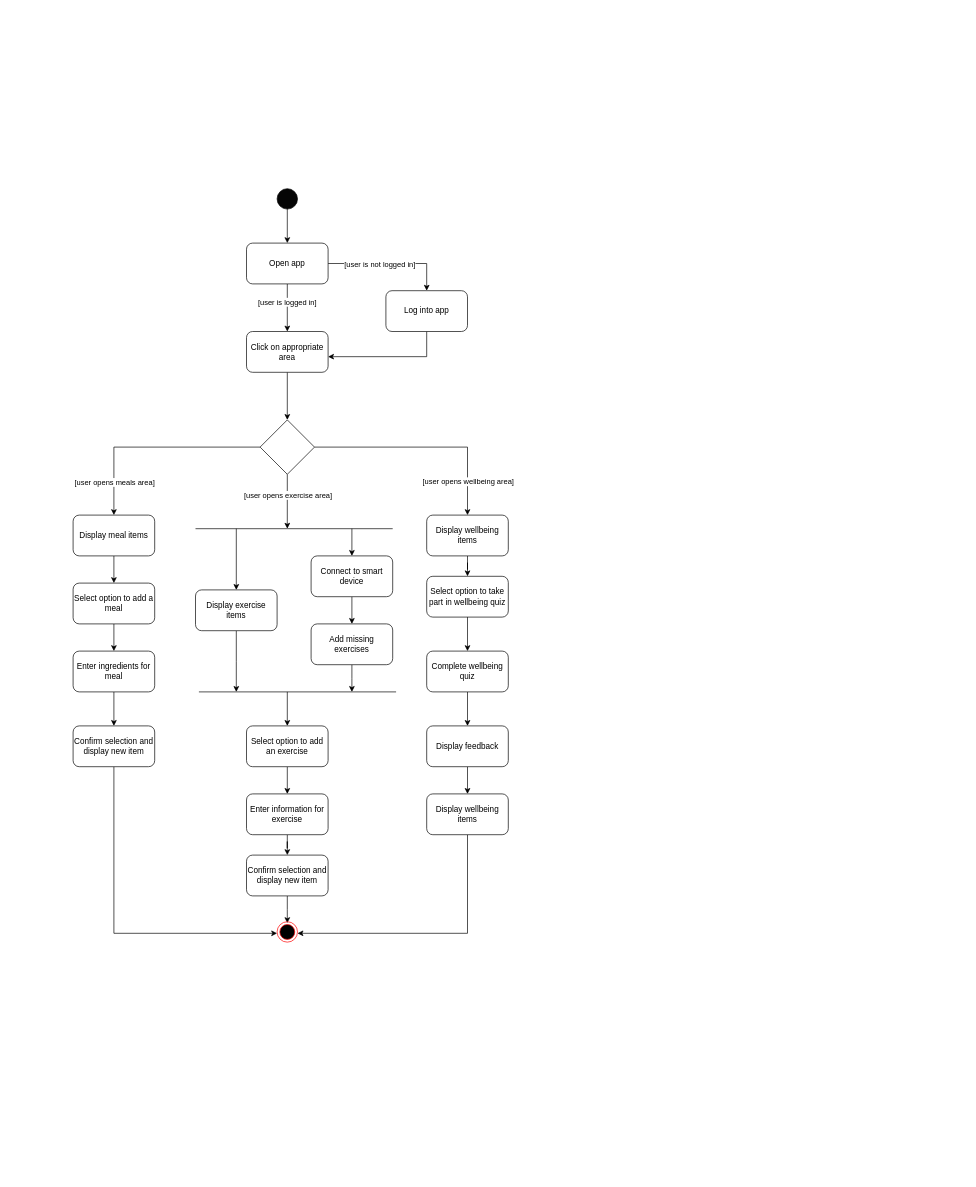
This is ActivityDiagram_ViewActivities.drawio from ahammond3aws/DC2SEN, a draw.io file, before an edit. Source tidied: cells renumbered, new cells numbered last; positions are measured from the earlier drawing's top-left corner, leaving out a move shared by most shapes. Both pictures are drawn from the tidied source at 68%, with x=0, y=0 at pixel (73, 188).
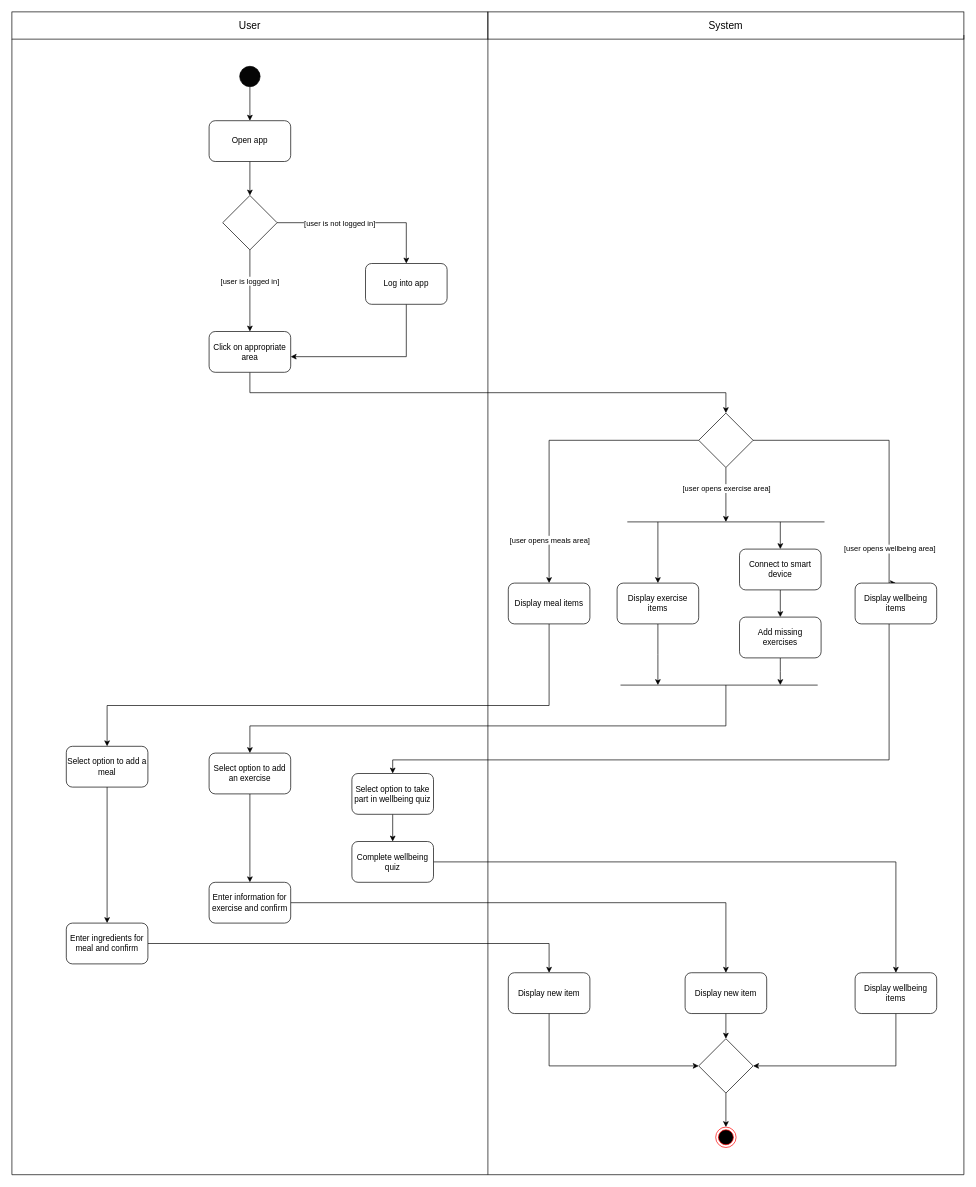
Above is the later version.

Change to the diagram source:
```diff
@@
     <mxCell id="3" style="ellipse;whiteSpace=wrap;html=1;direction=east;fillColor=#050505;" parent="1" vertex="1">
-      <mxGeometry x="300" width="30" height="30" as="geometry" />
+      <mxGeometry x="245" y="-180" width="30" height="30" as="geometry" />
     </mxCell>
-    <mxCell id="4" style="edgeStyle=orthogonalEdgeStyle;rounded=0;jettySize=auto;html=1;" parent="1" edge="1" source="8" target="14">
+    <mxCell id="4" style="edgeStyle=orthogonalEdgeStyle;rounded=0;jettySize=auto;html=1;exitX=0.5;exitY=1;exitDx=0;exitDy=0;" parent="1" edge="1" source="60" target="14">
       <mxGeometry relative="1" as="geometry" />
     </mxCell>
@@
-    <mxCell id="6" style="edgeStyle=orthogonalEdgeStyle;rounded=0;jettySize=auto;html=1;entryX=0.5;entryY=0;entryDx=0;entryDy=0;" parent="1" edge="1" source="8" target="54">
+    <mxCell id="6" style="edgeStyle=orthogonalEdgeStyle;rounded=0;jettySize=auto;html=1;entryX=0.5;entryY=0;entryDx=0;entryDy=0;exitX=1;exitY=0.5;exitDx=0;exitDy=0;" parent="1" edge="1" source="60" target="54">
       <mxGeometry relative="1" as="geometry" />
     </mxCell>
@@
+    <mxCell id="56" style="edgeStyle=orthogonalEdgeStyle;rounded=0;jettySize=auto;html=1;exitX=0.5;exitY=1;exitDx=0;exitDy=0;entryX=0.5;entryY=0;entryDx=0;entryDy=0;" parent="1" edge="1" source="8" target="60">
+      <mxGeometry relative="1" as="geometry" />
+    </mxCell>
     <mxCell id="8" value="Open app" style="rounded=1;whiteSpace=wrap;html=1;fillColor=#FFFFFF;" parent="1" vertex="1">
-      <mxGeometry x="255" y="80" width="120" height="60" as="geometry" />
+      <mxGeometry x="200" y="-100" width="120" height="60" as="geometry" />
     </mxCell>
-    <mxCell id="9" style="edgeStyle=orthogonalEdgeStyle;rounded=0;jettySize=auto;html=1;entryX=0.5;entryY=0;entryDx=0;entryDy=0;" parent="1" edge="1" source="14" target="29">
-      <mxGeometry relative="1" as="geometry" />
+    <mxCell id="9" style="edgeStyle=orthogonalEdgeStyle;rounded=0;jettySize=auto;html=1;entryX=0.5;entryY=0;entryDx=0;entryDy=0;exitX=0.5;exitY=1;exitDx=0;exitDy=0;" parent="1" edge="1" source="14" target="29">
+      <mxGeometry relative="1" as="geometry">
+        <Array as="points">
+          <mxPoint x="260" y="300" />
+          <mxPoint x="960" y="300" />
+        </Array>
+      </mxGeometry>
     </mxCell>
     <mxCell id="10" style="edgeStyle=orthogonalEdgeStyle;rounded=0;jettySize=auto;html=1;entryX=0.5;entryY=0;entryDx=0;entryDy=0;exitX=0;exitY=0.5;exitDx=0;exitDy=0;" parent="1" edge="1" source="29" target="16">
       <mxGeometry relative="1" as="geometry">
         <Array as="points">
-          <mxPoint x="60" y="380" />
+          <mxPoint x="700" y="370" />
         </Array>
       </mxGeometry>
     </mxCell>
@@
     <mxCell id="12" style="edgeStyle=orthogonalEdgeStyle;rounded=0;jettySize=auto;html=1;entryX=0.5;entryY=0;entryDx=0;entryDy=0;exitX=1;exitY=0.5;exitDx=0;exitDy=0;" parent="1" edge="1" source="29" target="18">
       <mxGeometry relative="1" as="geometry">
         <Array as="points">
-          <mxPoint x="580" y="380" />
+          <mxPoint x="1200" y="370" />
         </Array>
       </mxGeometry>
     </mxCell>
@@
     <mxCell id="14" value="Click on appropriate area" style="rounded=1;whiteSpace=wrap;html=1;fillColor=#FFFFFF;" parent="1" vertex="1">
-      <mxGeometry x="255" y="210" width="120" height="60" as="geometry" />
+      <mxGeometry x="200" y="210" width="120" height="60" as="geometry" />
     </mxCell>
     <mxCell id="15" style="edgeStyle=orthogonalEdgeStyle;rounded=0;jettySize=auto;html=1;" parent="1" edge="1" source="16" target="22">
-      <mxGeometry relative="1" as="geometry" />
+      <mxGeometry relative="1" as="geometry">
+        <Array as="points">
+          <mxPoint x="700" y="760" />
+          <mxPoint x="50" y="760" />
+        </Array>
+      </mxGeometry>
     </mxCell>
     <mxCell id="16" value="Display meal items" style="rounded=1;whiteSpace=wrap;html=1;fillColor=#FFFFFF;" parent="1" vertex="1">
-      <mxGeometry y="480" width="120" height="60" as="geometry" />
+      <mxGeometry x="640" y="580" width="120" height="60" as="geometry" />
     </mxCell>
     <mxCell id="17" style="edgeStyle=orthogonalEdgeStyle;rounded=0;jettySize=auto;html=1;entryX=0.5;entryY=0;entryDx=0;entryDy=0;" parent="1" edge="1" source="18" target="46">
-      <mxGeometry relative="1" as="geometry" />
+      <mxGeometry relative="1" as="geometry">
+        <Array as="points">
+          <mxPoint x="1200" y="840" />
+        </Array>
+      </mxGeometry>
     </mxCell>
     <mxCell id="18" value="Display wellbeing items" style="rounded=1;whiteSpace=wrap;html=1;fillColor=#FFFFFF;" parent="1" vertex="1">
-      <mxGeometry x="520" y="480" width="120" height="60" as="geometry" />
+      <mxGeometry x="1150" y="580" width="120" height="60" as="geometry" />
     </mxCell>
     <mxCell id="19" style="edgeStyle=orthogonalEdgeStyle;rounded=0;jettySize=auto;html=1;" parent="1" edge="1" source="20">
       <mxGeometry relative="1" as="geometry">
-        <mxPoint x="240" y="740" as="targetPoint" />
+        <mxPoint x="860" y="730" as="targetPoint" />
       </mxGeometry>
     </mxCell>
     <mxCell id="20" value="Display exercise items" style="rounded=1;whiteSpace=wrap;html=1;fillColor=#FFFFFF;" parent="1" vertex="1">
-      <mxGeometry x="180" y="590" width="120" height="60" as="geometry" />
+      <mxGeometry x="800" y="580" width="120" height="60" as="geometry" />
     </mxCell>
@@
     <mxCell id="22" value="Select option to add a meal" style="rounded=1;whiteSpace=wrap;html=1;fillColor=#FFFFFF;" parent="1" vertex="1">
-      <mxGeometry y="580" width="120" height="60" as="geometry" />
+      <mxGeometry x="-10" y="820" width="120" height="60" as="geometry" />
     </mxCell>
@@
-    <mxCell id="24" value="Enter ingredients for meal" style="rounded=1;whiteSpace=wrap;html=1;fillColor=#FFFFFF;" parent="1" vertex="1">
-      <mxGeometry y="680" width="120" height="60" as="geometry" />
+    <mxCell id="24" value="Enter ingredients for meal and confirm" style="rounded=1;whiteSpace=wrap;html=1;fillColor=#FFFFFF;" parent="1" vertex="1">
+      <mxGeometry x="-10" y="1080" width="120" height="60" as="geometry" />
     </mxCell>
-    <mxCell id="25" style="edgeStyle=orthogonalEdgeStyle;rounded=0;jettySize=auto;html=1;entryX=0;entryY=0.5;entryDx=0;entryDy=0;" parent="1" edge="1" source="26">
-      <mxGeometry relative="1" as="geometry">
-        <mxPoint x="300" y="1095" as="targetPoint" />
-        <Array as="points">
-          <mxPoint x="60" y="1095" />
-        </Array>
-      </mxGeometry>
-    </mxCell>
+    <mxCell id="57" style="edgeStyle=orthogonalEdgeStyle;rounded=0;jettySize=auto;html=1;exitX=0.5;exitY=1;exitDx=0;exitDy=0;entryX=0;entryY=0.5;entryDx=0;entryDy=0;" parent="1" edge="1" source="26" target="62">
+      <mxGeometry relative="1" as="geometry" />
+    </mxCell>
-    <mxCell id="26" value="Confirm selection and display new item" style="rounded=1;whiteSpace=wrap;html=1;fillColor=#FFFFFF;" parent="1" vertex="1">
-      <mxGeometry y="790" width="120" height="60" as="geometry" />
+    <mxCell id="26" value="Display new item" style="rounded=1;whiteSpace=wrap;html=1;fillColor=#FFFFFF;" parent="1" vertex="1">
+      <mxGeometry x="640" y="1153" width="120" height="60" as="geometry" />
     </mxCell>
     <mxCell id="27" style="edgeStyle=orthogonalEdgeStyle;rounded=0;jettySize=auto;html=1;exitX=0.5;exitY=1;exitDx=0;exitDy=0;" parent="1" edge="1" source="29">
       <mxGeometry relative="1" as="geometry">
-        <mxPoint x="315" y="500" as="targetPoint" />
+        <mxPoint x="960" y="490" as="targetPoint" />
         <Array as="points">
-          <mxPoint x="315" y="490" />
-          <mxPoint x="315" y="490" />
+          <mxPoint x="960" y="490" />
         </Array>
       </mxGeometry>
     </mxCell>
@@
     <mxCell id="29" style="rhombus;whiteSpace=wrap;html=1;" parent="1" vertex="1">
-      <mxGeometry x="275" y="340" width="80" height="80" as="geometry" />
+      <mxGeometry x="920" y="330" width="80" height="80" as="geometry" />
     </mxCell>
@@
     <mxCell id="31" value="Select option to add an exercise" style="rounded=1;whiteSpace=wrap;html=1;fillColor=#FFFFFF;" parent="1" vertex="1">
-      <mxGeometry x="255" y="790" width="120" height="60" as="geometry" />
+      <mxGeometry x="200" y="830" width="120" height="60" as="geometry" />
     </mxCell>
@@
-    <mxCell id="33" value="Enter information for exercise" style="rounded=1;whiteSpace=wrap;html=1;fillColor=#FFFFFF;" parent="1" vertex="1">
-      <mxGeometry x="255" y="890" width="120" height="60" as="geometry" />
+    <mxCell id="33" value="Enter information for exercise and confirm" style="rounded=1;whiteSpace=wrap;html=1;fillColor=#FFFFFF;" parent="1" vertex="1">
+      <mxGeometry x="200" y="1020" width="120" height="60" as="geometry" />
     </mxCell>
@@
     <mxCell id="35" value="Connect to smart device" style="rounded=1;whiteSpace=wrap;html=1;fillColor=#FFFFFF;" parent="1" vertex="1">
-      <mxGeometry x="350" y="540" width="120" height="60" as="geometry" />
+      <mxGeometry x="980" y="530" width="120" height="60" as="geometry" />
     </mxCell>
     <mxCell id="36" style="edgeStyle=orthogonalEdgeStyle;rounded=0;jettySize=auto;html=1;" parent="1" edge="1" source="37">
       <mxGeometry relative="1" as="geometry">
-        <mxPoint x="410" y="740" as="targetPoint" />
+        <mxPoint x="1040" y="730" as="targetPoint" />
       </mxGeometry>
     </mxCell>
     <mxCell id="37" value="Add missing exercises" style="rounded=1;whiteSpace=wrap;html=1;fillColor=#FFFFFF;" parent="1" vertex="1">
-      <mxGeometry x="350" y="640" width="120" height="60" as="geometry" />
+      <mxGeometry x="980" y="630" width="120" height="60" as="geometry" />
     </mxCell>
     <mxCell id="38" style="endArrow=none;html=1;rounded=0;" parent="1" edge="1">
       <mxGeometry relative="1" as="geometry">
-        <mxPoint x="180" y="500" as="sourcePoint" />
-        <mxPoint x="470" y="500" as="targetPoint" />
+        <mxPoint x="815" y="490" as="sourcePoint" />
+        <mxPoint x="1105" y="490" as="targetPoint" />
       </mxGeometry>
     </mxCell>
     <mxCell id="39" style="endArrow=classic;html=1;rounded=0;entryX=0.5;entryY=0;entryDx=0;entryDy=0;" parent="1" edge="1" target="20">
       <mxGeometry relative="1" as="geometry">
-        <mxPoint x="240" y="500" as="sourcePoint" />
+        <mxPoint x="860" y="490" as="sourcePoint" />
       </mxGeometry>
     </mxCell>
     <mxCell id="40" style="endArrow=classic;html=1;rounded=0;entryX=0.5;entryY=0;entryDx=0;entryDy=0;" parent="1" edge="1" target="35">
       <mxGeometry relative="1" as="geometry">
-        <mxPoint x="410" y="500" as="sourcePoint" />
+        <mxPoint x="1040" y="490" as="sourcePoint" />
       </mxGeometry>
     </mxCell>
     <mxCell id="41" style="endArrow=none;html=1;rounded=0;" parent="1" edge="1">
       <mxGeometry relative="1" as="geometry">
-        <mxPoint x="185" y="740" as="sourcePoint" />
-        <mxPoint x="475" y="740" as="targetPoint" />
+        <mxPoint x="805" y="730" as="sourcePoint" />
+        <mxPoint x="1095" y="730" as="targetPoint" />
       </mxGeometry>
     </mxCell>
     <mxCell id="42" style="endArrow=classic;html=1;rounded=0;entryX=0.5;entryY=0;entryDx=0;entryDy=0;" parent="1" edge="1" target="31">
       <mxGeometry relative="1" as="geometry">
-        <mxPoint x="315" y="740" as="sourcePoint" />
+        <mxPoint x="960" y="730" as="sourcePoint" />
+        <Array as="points">
+          <mxPoint x="960" y="790" />
+          <mxPoint x="260" y="790" />
+        </Array>
       </mxGeometry>
     </mxCell>
-    <mxCell id="43" style="edgeStyle=orthogonalEdgeStyle;rounded=0;jettySize=auto;html=1;" parent="1" edge="1" source="44">
-      <mxGeometry relative="1" as="geometry">
-        <mxPoint x="315" y="1080" as="targetPoint" />
-      </mxGeometry>
-    </mxCell>
+    <mxCell id="58" style="edgeStyle=orthogonalEdgeStyle;rounded=0;jettySize=auto;html=1;exitX=0.5;exitY=1;exitDx=0;exitDy=0;entryX=0.5;entryY=0;entryDx=0;entryDy=0;" parent="1" edge="1" source="44" target="62">
+      <mxGeometry relative="1" as="geometry" />
+    </mxCell>
-    <mxCell id="44" value="Confirm selection and display new item" style="rounded=1;whiteSpace=wrap;html=1;fillColor=#FFFFFF;" parent="1" vertex="1">
-      <mxGeometry x="255" y="980" width="120" height="60" as="geometry" />
+    <mxCell id="44" value="Display new item" style="rounded=1;whiteSpace=wrap;html=1;fillColor=#FFFFFF;" parent="1" vertex="1">
+      <mxGeometry x="900" y="1153" width="120" height="60" as="geometry" />
     </mxCell>
@@
     <mxCell id="46" value="Select option to take part in wellbeing quiz" style="rounded=1;whiteSpace=wrap;html=1;fillColor=#FFFFFF;" parent="1" vertex="1">
-      <mxGeometry x="520" y="570" width="120" height="60" as="geometry" />
+      <mxGeometry x="410" y="860" width="120" height="60" as="geometry" />
     </mxCell>
-    <mxCell id="47" style="edgeStyle=orthogonalEdgeStyle;rounded=0;jettySize=auto;html=1;entryX=0.5;entryY=0;entryDx=0;entryDy=0;" parent="1" edge="1" source="48" target="50">
+    <mxCell id="47" style="edgeStyle=orthogonalEdgeStyle;rounded=0;jettySize=auto;html=1;entryX=0.5;entryY=0;entryDx=0;entryDy=0;" parent="1" edge="1" source="48" target="52">
       <mxGeometry relative="1" as="geometry" />
     </mxCell>
     <mxCell id="48" value="Complete wellbeing quiz" style="rounded=1;whiteSpace=wrap;html=1;fillColor=#FFFFFF;" parent="1" vertex="1">
-      <mxGeometry x="520" y="680" width="120" height="60" as="geometry" />
+      <mxGeometry x="410" y="960" width="120" height="60" as="geometry" />
     </mxCell>
-    <mxCell id="49" style="edgeStyle=orthogonalEdgeStyle;rounded=0;jettySize=auto;html=1;" parent="1" edge="1" source="50" target="52">
-      <mxGeometry relative="1" as="geometry" />
-    </mxCell>
-    <mxCell id="50" value="Display feedback" style="rounded=1;whiteSpace=wrap;html=1;fillColor=#FFFFFF;" parent="1" vertex="1">
-      <mxGeometry x="520" y="790" width="120" height="60" as="geometry" />
-    </mxCell>
-    <mxCell id="51" style="edgeStyle=orthogonalEdgeStyle;rounded=0;jettySize=auto;html=1;entryX=1;entryY=0.5;entryDx=0;entryDy=0;" parent="1" edge="1" source="52">
-      <mxGeometry relative="1" as="geometry">
-        <mxPoint x="330" y="1095" as="targetPoint" />
-        <Array as="points">
-          <mxPoint x="580" y="1095" />
-        </Array>
-      </mxGeometry>
-    </mxCell>
+    <mxCell id="59" style="edgeStyle=orthogonalEdgeStyle;rounded=0;jettySize=auto;html=1;exitX=0.5;exitY=1;exitDx=0;exitDy=0;entryX=1;entryY=0.5;entryDx=0;entryDy=0;" parent="1" edge="1" source="52" target="62">
+      <mxGeometry relative="1" as="geometry" />
+    </mxCell>
     <mxCell id="52" value="Display wellbeing items" style="rounded=1;whiteSpace=wrap;html=1;fillColor=#FFFFFF;" parent="1" vertex="1">
-      <mxGeometry x="520" y="890" width="120" height="60" as="geometry" />
+      <mxGeometry x="1150" y="1153" width="120" height="60" as="geometry" />
     </mxCell>
-    <mxCell id="53" style="edgeStyle=orthogonalEdgeStyle;rounded=0;jettySize=auto;html=1;entryX=1;entryY=0.617;entryDx=0;entryDy=0;entryPerimeter=0;" parent="1" edge="1" source="54" target="14">
+    <mxCell id="53" style="edgeStyle=orthogonalEdgeStyle;rounded=0;jettySize=auto;html=1;entryX=1;entryY=0.617;entryDx=0;entryDy=0;entryPerimeter=0;exitX=0.5;exitY=1;exitDx=0;exitDy=0;" parent="1" edge="1" source="54" target="14">
       <mxGeometry relative="1" as="geometry">
         <Array as="points">
-          <mxPoint x="520" y="247" />
+          <mxPoint x="490" y="247" />
         </Array>
       </mxGeometry>
     </mxCell>
     <mxCell id="54" value="Log into app" style="rounded=1;whiteSpace=wrap;html=1;fillColor=#FFFFFF;" parent="1" vertex="1">
-      <mxGeometry x="460" y="150" width="120" height="60" as="geometry" />
+      <mxGeometry x="430" y="110" width="120" height="60" as="geometry" />
     </mxCell>
     <mxCell id="55" style="ellipse;html=1;shape=endState;fillColor=#000000;strokeColor=#ff0000;" parent="1" vertex="1">
-      <mxGeometry x="300" y="1078" width="30" height="30" as="geometry" />
+      <mxGeometry x="945" y="1380" width="30" height="30" as="geometry" />
     </mxCell>
+    <mxCell id="60" style="rhombus;whiteSpace=wrap;html=1;" parent="1" vertex="1">
+      <mxGeometry x="220" y="10" width="80" height="80" as="geometry" />
+    </mxCell>
+    <mxCell id="61" style="edgeStyle=orthogonalEdgeStyle;rounded=0;jettySize=auto;html=1;exitX=0.5;exitY=1;exitDx=0;exitDy=0;entryX=0.5;entryY=0;entryDx=0;entryDy=0;" parent="1" edge="1" source="62" target="55">
+      <mxGeometry relative="1" as="geometry" />
+    </mxCell>
+    <mxCell id="62" style="rhombus;whiteSpace=wrap;html=1;" parent="1" vertex="1">
+      <mxGeometry x="920" y="1250" width="80" height="80" as="geometry" />
+    </mxCell>
+    <mxCell id="63" style="endArrow=none;html=1;rounded=0;" parent="1" edge="1">
+      <mxGeometry relative="1" as="geometry">
+        <mxPoint x="-90" y="1450" as="sourcePoint" />
+        <mxPoint x="-90" y="-220" as="targetPoint" />
+      </mxGeometry>
+    </mxCell>
+    <mxCell id="64" style="endArrow=none;html=1;rounded=0;" parent="1" edge="1">
+      <mxGeometry relative="1" as="geometry">
+        <mxPoint x="610" y="1450" as="sourcePoint" />
+        <mxPoint x="610" y="-220" as="targetPoint" />
+      </mxGeometry>
+    </mxCell>
+    <mxCell id="65" value="User" style="text;html=1;strokeColor=default;fillColor=none;align=center;verticalAlign=middle;whiteSpace=wrap;rounded=0;fontSize=15;" parent="1" vertex="1">
+      <mxGeometry x="-90" y="-260" width="700" height="40" as="geometry" />
+    </mxCell>
+    <mxCell id="66" value="System" style="text;html=1;strokeColor=default;fillColor=none;align=center;verticalAlign=middle;whiteSpace=wrap;rounded=0;fontSize=15;" parent="1" vertex="1">
+      <mxGeometry x="610" y="-260" width="700" height="40" as="geometry" />
+    </mxCell>
+    <mxCell id="67" style="endArrow=none;html=1;rounded=0;" parent="1" edge="1">
+      <mxGeometry relative="1" as="geometry">
+        <mxPoint x="1310" y="1450" as="sourcePoint" />
+        <mxPoint x="1310" y="-226" as="targetPoint" />
+      </mxGeometry>
+    </mxCell>
+    <mxCell id="68" style="endArrow=none;html=1;rounded=0;" parent="1" edge="1">
+      <mxGeometry relative="1" as="geometry">
+        <mxPoint x="-90" y="1450" as="sourcePoint" />
+        <mxPoint x="1310" y="1450" as="targetPoint" />
+      </mxGeometry>
+    </mxCell>
```
